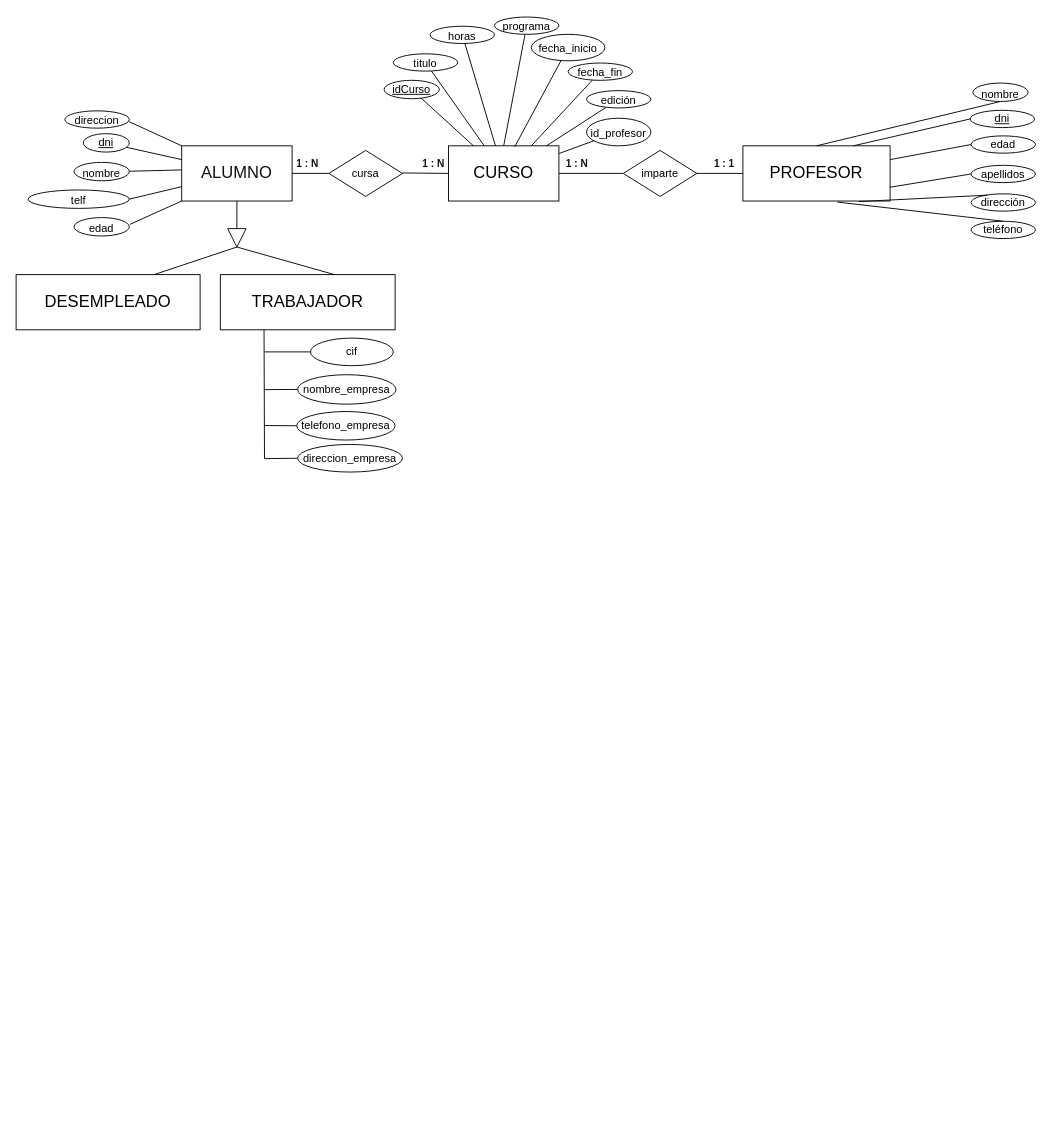
The draw.io diagram Untitled Diagram.drawio in JuanMarinG/TA12_MYSQL, before the edit. Source tidied: cells renumbered, new cells numbered last; positions are measured from the earlier drawing's top-left corner, leaving out a move shared by most shapes. Both pictures are drawn from the tidied source at 92%, with x=0, y=0 at pixel (16, 17).
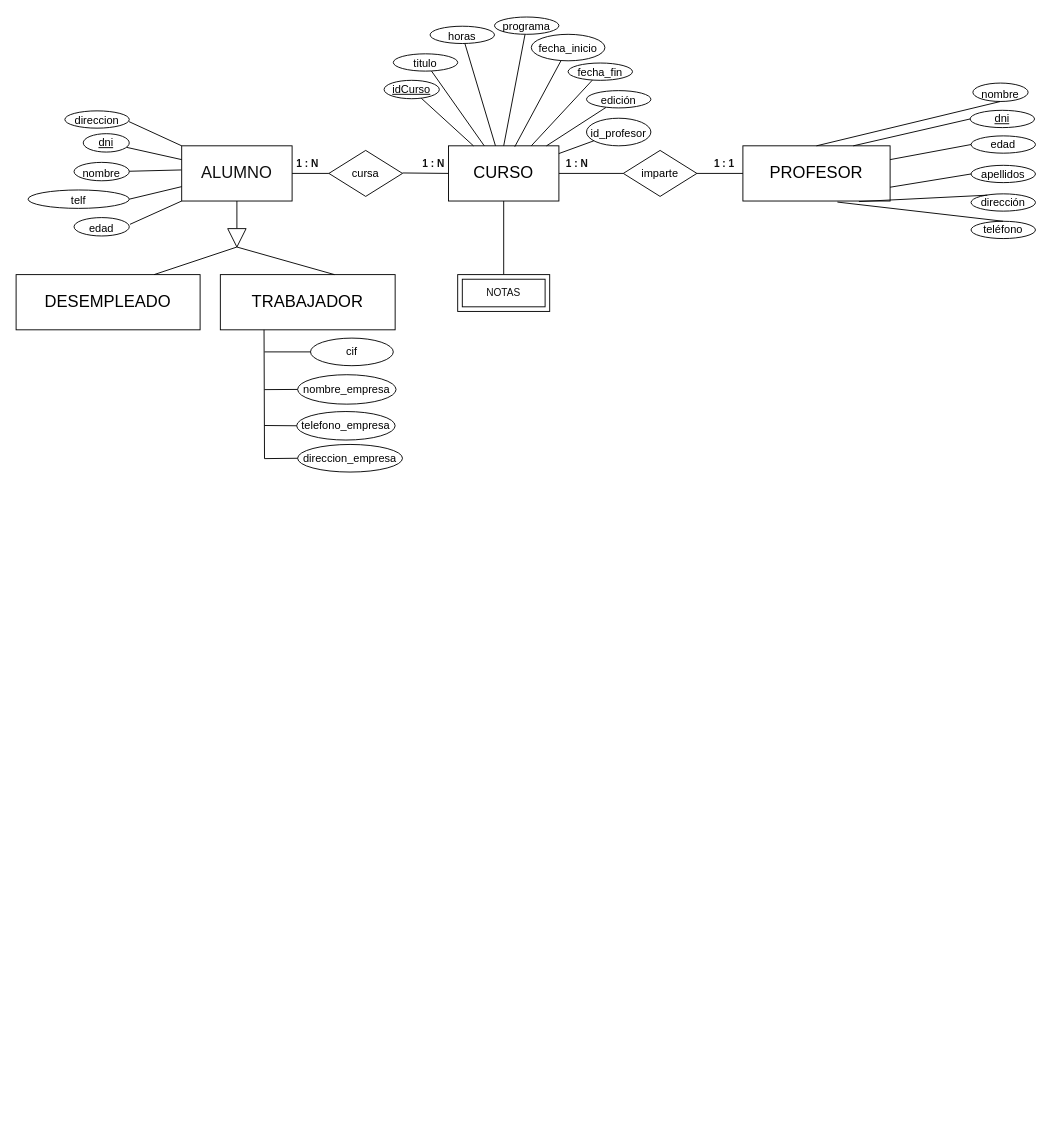
After the change.

Commit message:
Cardinalidad con Notas

The change refers to these unchanged cells:
```xml
<mxCell id="6" value="&lt;div&gt;CURSO&lt;/div&gt;" style="rounded=0;whiteSpace=wrap;html=1;shadow=0;sketch=0;fontSize=18;" parent="1" vertex="1">
  <mxGeometry x="470" y="140" width="120" height="60" as="geometry" />
</mxCell>
```

The edit, as a diff of the source:
```diff
@@
+    <mxCell id="70" style="endArrow=none;html=1;rounded=1;sketch=0;fontSize=11;fontColor=#0F0F0F;strokeColor=default;curved=0;entryX=0.5;entryY=1;entryDx=0;entryDy=0;exitX=0.5;exitY=0;exitDx=0;exitDy=0;" parent="1" edge="1" target="6">
+      <mxGeometry relative="1" as="geometry">
+        <mxPoint x="530" y="280" as="sourcePoint" />
+      </mxGeometry>
+    </mxCell>
+    <mxCell id="71" value="&lt;div&gt;NOTAS&lt;/div&gt;" style="shape=ext;margin=3;double=1;whiteSpace=wrap;html=1;align=center;rounded=0;shadow=0;sketch=0;fontSize=11;fontColor=#0F0F0F;strokeColor=#000000;fillColor=#FFFFFF;" parent="1" vertex="1">
+      <mxGeometry x="480" y="280" width="100" height="40" as="geometry" />
+    </mxCell>
```
